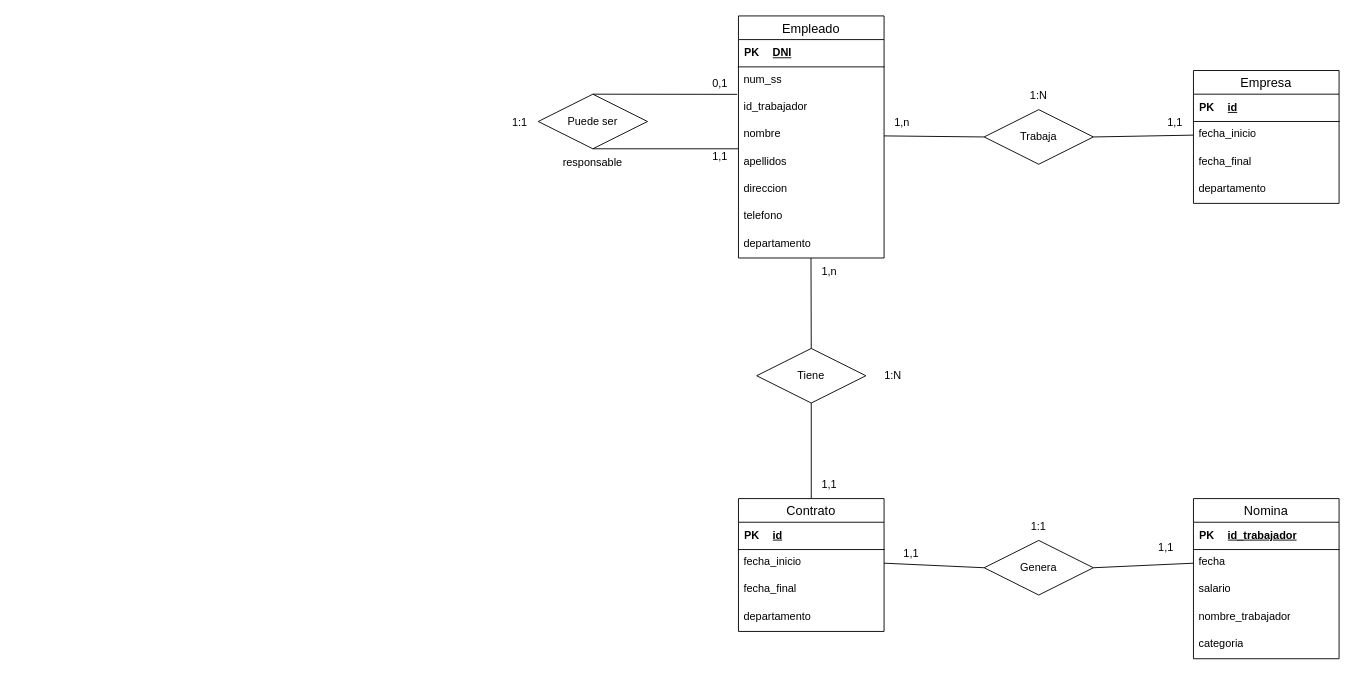
Above: Ejercicio07.drawio in Daninuro/diagrames-cvf-dn-mpl-n-11102023 (draw.io), before the change. Source tidied: cells renumbered, new cells numbered last; positions are measured from the earlier drawing's top-left corner, leaving out a move shared by most shapes. Both pictures are drawn from the tidied source at 91%, with x=0, y=0 at pixel (492, 15).
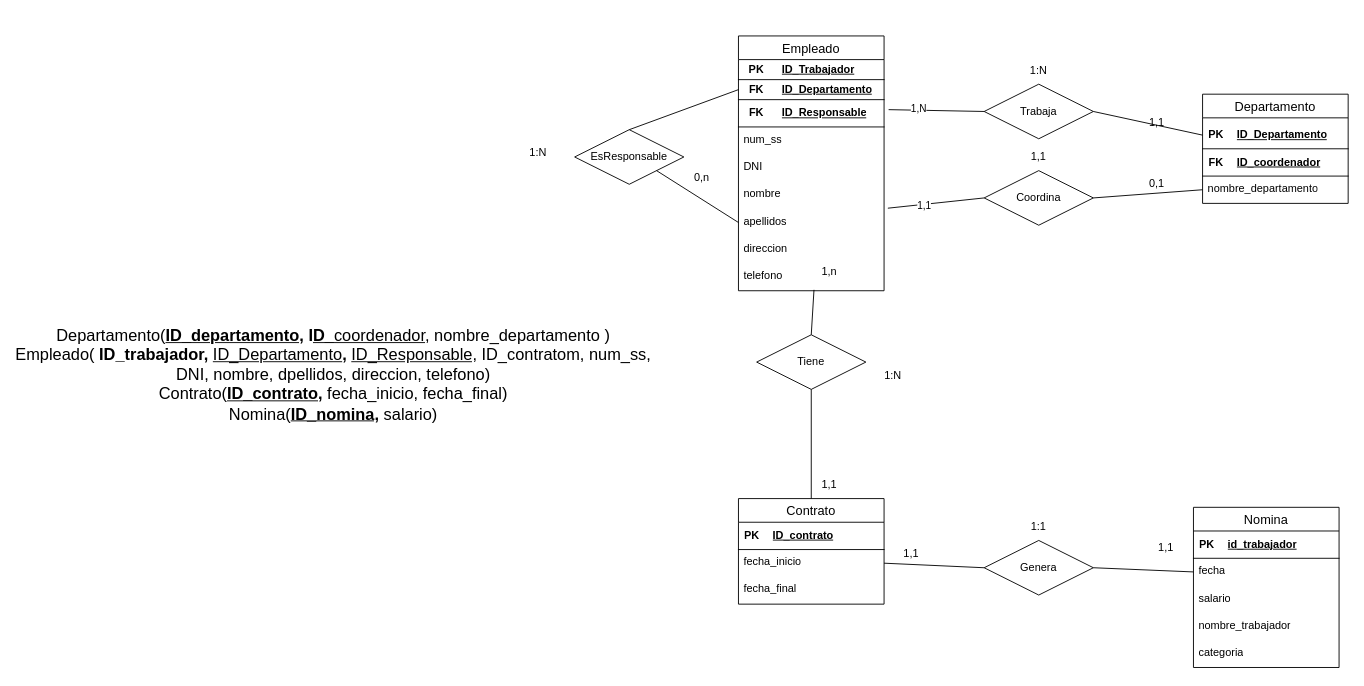
After the change.

The change refers to these unchanged cells:
```xml
<mxCell id="16" style="shape=tableRow;horizontal=0;startSize=0;swimlaneHead=0;swimlaneBody=0;fillColor=none;top=0;left=0;right=0;bottom=1;" parent="15" vertex="1">
  <mxGeometry width="160" height="30" as="geometry" />
</mxCell>
```

Change to the diagram source:
```diff
@@
     <mxCell id="2" value="Empleado" style="swimlane;fontStyle=0;horizontal=1;startSize=26;align=center;fontSize=14;" parent="1" vertex="1">
-      <mxGeometry x="270" width="160" height="266" as="geometry" />
+      <mxGeometry x="270" y="22" width="160" height="280" as="geometry" />
     </mxCell>
     <mxCell id="3" style="shape=table;startSize=0;childLayout=tableLayout;rowLines=0;fontStyle=0;align=center;strokeColor=none;fillColor=none;" parent="2" vertex="1">
-      <mxGeometry y="26" width="160" height="30" as="geometry" />
+      <mxGeometry y="26" width="160" height="74" as="geometry" />
     </mxCell>
+    <mxCell id="64" style="shape=tableRow;horizontal=0;startSize=0;swimlaneHead=0;swimlaneBody=0;fillColor=none;top=0;left=0;right=0;bottom=1;" parent="3" vertex="1">
+      <mxGeometry width="160" height="22" as="geometry" />
+    </mxCell>
+    <mxCell id="65" value="PK" style="shape=partialRectangle;fillColor=none;top=0;left=0;bottom=0;right=0;fontStyle=1;overflow=hidden;whiteSpace=wrap;html=1;" parent="64" vertex="1">
+      <mxGeometry width="40" height="22" as="geometry" />
+    </mxCell>
+    <mxCell id="66" value="ID_Trabajador" style="shape=partialRectangle;fillColor=none;top=0;left=0;bottom=0;right=0;align=left;spacingLeft=6;fontStyle=5;overflow=hidden;whiteSpace=wrap;html=1;" parent="64" vertex="1">
+      <mxGeometry x="40" width="120" height="22" as="geometry" />
+    </mxCell>
     <mxCell id="4" style="shape=tableRow;horizontal=0;startSize=0;swimlaneHead=0;swimlaneBody=0;fillColor=none;points=[[0,0.5],[1,0.5]];portConstraint=eastwest;top=0;left=0;right=0;bottom=1;" parent="3" vertex="1">
-      <mxGeometry width="160" height="30" as="geometry" />
+      <mxGeometry y="22" width="160" height="22" as="geometry" />
     </mxCell>
-    <mxCell id="5" value="PK" style="shape=partialRectangle;fillColor=none;top=0;left=0;bottom=0;right=0;fontStyle=1;overflow=hidden;whiteSpace=wrap;html=1;" parent="4" vertex="1">
-      <mxGeometry width="30" height="30" as="geometry" />
+    <mxCell id="5" value="FK" style="shape=partialRectangle;fillColor=none;top=0;left=0;bottom=0;right=0;fontStyle=1;overflow=hidden;whiteSpace=wrap;html=1;" parent="4" vertex="1">
+      <mxGeometry width="40" height="22" as="geometry" />
     </mxCell>
-    <mxCell id="6" value="DNI" style="shape=partialRectangle;fillColor=none;top=0;left=0;bottom=0;right=0;align=left;spacingLeft=6;fontStyle=5;overflow=hidden;whiteSpace=wrap;html=1;" parent="4" vertex="1">
-      <mxGeometry x="30" width="130" height="30" as="geometry" />
+    <mxCell id="6" value="ID_Departamento" style="shape=partialRectangle;fillColor=none;top=0;left=0;bottom=0;right=0;align=left;spacingLeft=6;fontStyle=5;overflow=hidden;whiteSpace=wrap;html=1;" parent="4" vertex="1">
+      <mxGeometry x="40" width="120" height="22" as="geometry" />
     </mxCell>
+    <mxCell id="67" style="shape=tableRow;horizontal=0;startSize=0;swimlaneHead=0;swimlaneBody=0;fillColor=none;top=0;left=0;right=0;bottom=1;" parent="3" vertex="1">
+      <mxGeometry y="44" width="160" height="30" as="geometry" />
+    </mxCell>
+    <mxCell id="68" value="FK" style="shape=partialRectangle;fillColor=none;top=0;left=0;bottom=0;right=0;fontStyle=1;overflow=hidden;whiteSpace=wrap;html=1;" parent="67" vertex="1">
+      <mxGeometry width="40" height="30" as="geometry" />
+    </mxCell>
+    <mxCell id="69" value="ID_Responsable" style="shape=partialRectangle;fillColor=none;top=0;left=0;bottom=0;right=0;align=left;spacingLeft=6;fontStyle=5;overflow=hidden;whiteSpace=wrap;html=1;" parent="67" vertex="1">
+      <mxGeometry x="40" width="120" height="30" as="geometry" />
+    </mxCell>
     <mxCell id="7" value="num_ss" style="text;strokeColor=none;fillColor=none;spacingLeft=4;spacingRight=4;overflow=hidden;points=[[0,0.5],[1,0.5]];portConstraint=eastwest;fontSize=12;whiteSpace=wrap;html=1;" parent="2" vertex="1">
-      <mxGeometry y="56" width="160" height="30" as="geometry" />
+      <mxGeometry y="100" width="160" height="30" as="geometry" />
     </mxCell>
-    <mxCell id="8" value="id_trabajador" style="text;strokeColor=none;fillColor=none;spacingLeft=4;spacingRight=4;overflow=hidden;fontSize=12;whiteSpace=wrap;html=1;" parent="2" vertex="1">
-      <mxGeometry y="86" width="160" height="30" as="geometry" />
+    <mxCell id="8" value="DNI" style="text;strokeColor=none;fillColor=none;spacingLeft=4;spacingRight=4;overflow=hidden;fontSize=12;whiteSpace=wrap;html=1;" parent="2" vertex="1">
+      <mxGeometry y="130" width="160" height="30" as="geometry" />
     </mxCell>
     <mxCell id="9" value="nombre" style="text;strokeColor=none;fillColor=none;spacingLeft=4;spacingRight=4;overflow=hidden;points=[[0,0.5],[1,0.5]];portConstraint=eastwest;fontSize=12;whiteSpace=wrap;html=1;" parent="2" vertex="1">
-      <mxGeometry y="116" width="160" height="30" as="geometry" />
+      <mxGeometry y="160" width="160" height="30" as="geometry" />
     </mxCell>
     <mxCell id="10" value="apellidos" style="text;strokeColor=none;fillColor=none;spacingLeft=4;spacingRight=4;overflow=hidden;points=[[0,0.5],[1,0.5]];portConstraint=eastwest;fontSize=12;whiteSpace=wrap;html=1;" parent="2" vertex="1">
-      <mxGeometry y="146" width="160" height="30" as="geometry" />
+      <mxGeometry y="190" width="160" height="30" as="geometry" />
     </mxCell>
     <mxCell id="11" value="direccion" style="text;strokeColor=none;fillColor=none;spacingLeft=4;spacingRight=4;overflow=hidden;fontSize=12;whiteSpace=wrap;html=1;" parent="2" vertex="1">
-      <mxGeometry y="176" width="160" height="30" as="geometry" />
+      <mxGeometry y="220" width="160" height="30" as="geometry" />
     </mxCell>
     <mxCell id="12" value="telefono" style="text;strokeColor=none;fillColor=none;spacingLeft=4;spacingRight=4;overflow=hidden;fontSize=12;whiteSpace=wrap;html=1;" parent="2" vertex="1">
-      <mxGeometry y="206" width="160" height="30" as="geometry" />
+      <mxGeometry y="250" width="160" height="30" as="geometry" />
     </mxCell>
-    <mxCell id="13" value="departamento" style="text;strokeColor=none;fillColor=none;spacingLeft=4;spacingRight=4;overflow=hidden;fontSize=12;whiteSpace=wrap;html=1;" parent="2" vertex="1">
-      <mxGeometry y="236" width="160" height="30" as="geometry" />
-    </mxCell>
     <mxCell id="14" value="Contrato" style="swimlane;fontStyle=0;horizontal=1;startSize=26;align=center;fontSize=14;" parent="1" vertex="1">
-      <mxGeometry x="270" y="530.4" width="160" height="146" as="geometry" />
+      <mxGeometry x="270" y="530.4" width="160" height="116" as="geometry" />
     </mxCell>
@@
-    <mxCell id="18" value="id" style="shape=partialRectangle;fillColor=none;top=0;left=0;bottom=0;right=0;align=left;spacingLeft=6;fontStyle=5;overflow=hidden;whiteSpace=wrap;html=1;" parent="16" vertex="1">
-      <mxGeometry x="30" width="130" height="30" as="geometry" />
-    </mxCell>
+    <mxCell id="70" value="ID_contrato" style="shape=partialRectangle;fillColor=none;top=0;left=0;bottom=0;right=0;align=left;spacingLeft=6;fontStyle=5;overflow=hidden;whiteSpace=wrap;html=1;" parent="16" vertex="1">
+      <mxGeometry x="30" width="130" height="30" as="geometry" />
+    </mxCell>
@@
-    <mxCell id="21" value="departamento" style="text;strokeColor=none;fillColor=none;spacingLeft=4;spacingRight=4;overflow=hidden;fontSize=12;whiteSpace=wrap;html=1;" parent="14" vertex="1">
-      <mxGeometry y="116" width="160" height="30" as="geometry" />
-    </mxCell>
-    <mxCell id="22" value="Empresa" style="swimlane;fontStyle=0;horizontal=1;startSize=26;align=center;fontSize=14;" parent="1" vertex="1">
-      <mxGeometry x="770" y="60" width="160" height="146" as="geometry" />
+    <mxCell id="22" value="Departamento" style="swimlane;fontStyle=0;horizontal=1;startSize=26;align=center;fontSize=14;" parent="1" vertex="1">
+      <mxGeometry x="780" y="86" width="160" height="120" as="geometry" />
     </mxCell>
-    <mxCell id="23" style="shape=table;startSize=0;childLayout=tableLayout;rowLines=0;fontStyle=0;align=center;strokeColor=none;fillColor=none;" parent="22" vertex="1">
-      <mxGeometry y="26" width="160" height="30" as="geometry" />
+    <mxCell id="23" style="shape=table;startSize=4;childLayout=tableLayout;rowLines=0;fontStyle=0;align=center;strokeColor=none;fillColor=none;" parent="22" vertex="1">
+      <mxGeometry y="26" width="160" height="64" as="geometry" />
     </mxCell>
     <mxCell id="24" style="shape=tableRow;horizontal=0;startSize=0;swimlaneHead=0;swimlaneBody=0;fillColor=none;points=[[0,0.5],[1,0.5]];portConstraint=eastwest;top=0;left=0;right=0;bottom=1;" parent="23" vertex="1">
-      <mxGeometry width="160" height="30" as="geometry" />
+      <mxGeometry y="4" width="160" height="30" as="geometry" />
     </mxCell>
@@
-    <mxCell id="26" value="id" style="shape=partialRectangle;fillColor=none;top=0;left=0;bottom=0;right=0;align=left;spacingLeft=6;fontStyle=5;overflow=hidden;whiteSpace=wrap;html=1;" parent="24" vertex="1">
+    <mxCell id="26" value="ID_Departamento" style="shape=partialRectangle;fillColor=none;top=0;left=0;bottom=0;right=0;align=left;spacingLeft=6;fontStyle=5;overflow=hidden;whiteSpace=wrap;html=1;" parent="24" vertex="1">
       <mxGeometry x="30" width="130" height="30" as="geometry" />
     </mxCell>
+    <mxCell id="71" style="shape=tableRow;horizontal=0;startSize=0;swimlaneHead=0;swimlaneBody=0;fillColor=none;top=0;left=0;right=0;bottom=1;" parent="23" vertex="1">
+      <mxGeometry y="34" width="160" height="30" as="geometry" />
+    </mxCell>
+    <mxCell id="72" value="FK" style="shape=partialRectangle;fillColor=none;top=0;left=0;bottom=0;right=0;fontStyle=1;overflow=hidden;whiteSpace=wrap;html=1;" parent="71" vertex="1">
+      <mxGeometry width="30" height="30" as="geometry" />
+    </mxCell>
+    <mxCell id="73" value="ID_coordenador" style="shape=partialRectangle;fillColor=none;top=0;left=0;bottom=0;right=0;align=left;spacingLeft=6;fontStyle=5;overflow=hidden;whiteSpace=wrap;html=1;" parent="71" vertex="1">
+      <mxGeometry x="30" width="130" height="30" as="geometry" />
+    </mxCell>
-    <mxCell id="27" value="fecha_inicio" style="text;strokeColor=none;fillColor=none;spacingLeft=4;spacingRight=4;overflow=hidden;points=[[0,0.5],[1,0.5]];portConstraint=eastwest;fontSize=12;whiteSpace=wrap;html=1;" parent="22" vertex="1">
-      <mxGeometry y="56" width="160" height="30" as="geometry" />
+    <mxCell id="27" value="nombre_departamento" style="text;strokeColor=none;fillColor=none;spacingLeft=4;spacingRight=4;overflow=hidden;points=[[0,0.5],[1,0.5]];portConstraint=eastwest;fontSize=12;whiteSpace=wrap;html=1;" parent="22" vertex="1">
+      <mxGeometry y="90" width="160" height="30" as="geometry" />
     </mxCell>
-    <mxCell id="28" value="fecha_final" style="text;strokeColor=none;fillColor=none;spacingLeft=4;spacingRight=4;overflow=hidden;fontSize=12;whiteSpace=wrap;html=1;" parent="22" vertex="1">
-      <mxGeometry y="86" width="160" height="30" as="geometry" />
-    </mxCell>
-    <mxCell id="29" value="departamento" style="text;strokeColor=none;fillColor=none;spacingLeft=4;spacingRight=4;overflow=hidden;fontSize=12;whiteSpace=wrap;html=1;" parent="22" vertex="1">
-      <mxGeometry y="116" width="160" height="30" as="geometry" />
-    </mxCell>
     <mxCell id="30" value="Nomina" style="swimlane;fontStyle=0;horizontal=1;startSize=26;align=center;fontSize=14;" parent="1" vertex="1">
-      <mxGeometry x="770" y="530.4" width="160" height="176" as="geometry" />
+      <mxGeometry x="770" y="540" width="160" height="176" as="geometry" />
     </mxCell>
@@
     <mxCell id="39" value="Tiene" style="shape=rhombus;perimeter=rhombusPerimeter;whiteSpace=wrap;html=1;align=center;" parent="1" vertex="1">
-      <mxGeometry x="290" y="365.4" width="120" height="60" as="geometry" />
+      <mxGeometry x="290" y="350.4" width="120" height="60" as="geometry" />
     </mxCell>
@@
     <mxCell id="41" value="Trabaja" style="shape=rhombus;perimeter=rhombusPerimeter;whiteSpace=wrap;html=1;align=center;" parent="1" vertex="1">
-      <mxGeometry x="540" y="103" width="120" height="60" as="geometry" />
+      <mxGeometry x="540" y="75" width="120" height="60" as="geometry" />
     </mxCell>
-    <mxCell id="42" style="endArrow=none;html=1;rounded=0;entryX=0;entryY=0.5;entryDx=0;entryDy=0;exitX=1;exitY=0.5;exitDx=0;exitDy=0;" parent="1" edge="1" source="41" target="27">
+    <mxCell id="42" style="endArrow=none;html=1;rounded=0;entryX=0;entryY=0.5;entryDx=0;entryDy=0;exitX=1;exitY=0.5;exitDx=0;exitDy=0;" parent="1" edge="1" source="41" target="24">
       <mxGeometry relative="1" as="geometry" />
     </mxCell>
-    <mxCell id="43" style="endArrow=none;html=1;rounded=0;entryX=0;entryY=0.5;entryDx=0;entryDy=0;" parent="1" edge="1" source="9" target="41">
-      <mxGeometry relative="1" as="geometry" />
+    <mxCell id="43" style="endArrow=none;html=1;rounded=0;entryX=0;entryY=0.5;entryDx=0;entryDy=0;exitX=0.25;exitY=0;exitDx=0;exitDy=0;" parent="1" edge="1" target="41">
+      <mxGeometry relative="1" as="geometry">
+        <mxPoint x="435" y="103" as="sourcePoint" />
+      </mxGeometry>
     </mxCell>
+    <mxCell id="74" value="1,N" style="edgeLabel;html=1;align=center;verticalAlign=middle;" parent="43" vertex="1">
+      <mxGeometry x="-0.4" y="2" relative="1" as="geometry" />
+    </mxCell>
-    <mxCell id="44" style="endArrow=none;html=1;rounded=0;entryX=0.5;entryY=0;entryDx=0;entryDy=0;exitX=0.498;exitY=0.987;exitDx=0;exitDy=0;exitPerimeter=0;" parent="1" edge="1" target="39">
+    <mxCell id="44" style="endArrow=none;html=1;rounded=0;entryX=0.5;entryY=0;entryDx=0;entryDy=0;" parent="1" edge="1" target="39">
       <mxGeometry relative="1" as="geometry">
-        <mxPoint x="349.7" y="266" as="sourcePoint" />
+        <mxPoint x="353" y="301" as="sourcePoint" />
       </mxGeometry>
     </mxCell>
@@
     <mxCell id="49" value="1:N" style="text;html=1;strokeColor=none;fillColor=none;align=center;verticalAlign=middle;whiteSpace=wrap;rounded=0;" parent="1" vertex="1">
-      <mxGeometry x="570" y="73" width="60" height="30" as="geometry" />
+      <mxGeometry x="570" y="45" width="60" height="30" as="geometry" />
     </mxCell>
-    <mxCell id="50" value="1,n" style="text;html=1;strokeColor=none;fillColor=none;align=center;verticalAlign=middle;whiteSpace=wrap;rounded=0;" parent="1" vertex="1">
-      <mxGeometry x="420" y="103" width="60" height="30" as="geometry" />
-    </mxCell>
     <mxCell id="51" value="1,1" style="text;html=1;strokeColor=none;fillColor=none;align=center;verticalAlign=middle;whiteSpace=wrap;rounded=0;" parent="1" vertex="1">
-      <mxGeometry x="720" y="103" width="60" height="30" as="geometry" />
+      <mxGeometry x="700" y="103" width="60" height="27" as="geometry" />
     </mxCell>
@@
-    <mxCell id="57" value="Puede ser" style="shape=rhombus;perimeter=rhombusPerimeter;whiteSpace=wrap;html=1;align=center;" parent="1" vertex="1">
-      <mxGeometry x="50" y="86" width="120" height="60" as="geometry" />
+    <mxCell id="57" value="EsResponsable" style="shape=rhombus;perimeter=rhombusPerimeter;whiteSpace=wrap;html=1;align=center;" parent="1" vertex="1">
+      <mxGeometry x="90" y="125" width="120" height="60" as="geometry" />
     </mxCell>
-    <mxCell id="58" style="endArrow=none;html=1;rounded=0;" parent="1" edge="1">
-      <mxGeometry relative="1" as="geometry">
-        <mxPoint x="110" y="146" as="sourcePoint" />
-        <mxPoint x="270" y="146" as="targetPoint" />
-      </mxGeometry>
+    <mxCell id="58" style="endArrow=none;html=1;rounded=0;exitX=1;exitY=1;exitDx=0;exitDy=0;entryX=0;entryY=0.5;entryDx=0;entryDy=0;" parent="1" edge="1" source="57" target="10">
+      <mxGeometry relative="1" as="geometry" />
     </mxCell>
-    <mxCell id="59" value="responsable" style="text;html=1;strokeColor=none;fillColor=none;align=center;verticalAlign=middle;whiteSpace=wrap;rounded=0;" parent="1" vertex="1">
-      <mxGeometry x="80" y="146" width="60" height="30" as="geometry" />
-    </mxCell>
-    <mxCell id="60" style="endArrow=none;html=1;rounded=0;exitX=0.5;exitY=0;exitDx=0;exitDy=0;entryX=-0.009;entryY=1.006;entryDx=0;entryDy=0;entryPerimeter=0;" parent="1" edge="1" source="57" target="7">
+    <mxCell id="60" style="endArrow=none;html=1;rounded=0;exitX=0.5;exitY=0;exitDx=0;exitDy=0;entryX=0;entryY=0.5;entryDx=0;entryDy=0;" parent="1" edge="1" source="57" target="4">
       <mxGeometry relative="1" as="geometry" />
     </mxCell>
+    <mxCell id="63" value="1:N" style="text;html=1;strokeColor=none;fillColor=none;align=center;verticalAlign=middle;whiteSpace=wrap;rounded=0;" parent="1" vertex="1">
+      <mxGeometry x="20" y="135" width="60" height="30" as="geometry" />
+    </mxCell>
+    <mxCell id="75" value="&lt;font style=&quot;font-size: 18px;&quot;&gt;Departamento(&lt;u style=&quot;font-weight: bold;&quot;&gt;ID_departamento,&lt;/u&gt;&lt;span style=&quot;font-weight: bold;&quot;&gt;&amp;nbsp;I&lt;/span&gt;&lt;u style=&quot;&quot;&gt;&lt;span style=&quot;font-weight: bold;&quot;&gt;D_&lt;/span&gt;coordenador&lt;/u&gt;, nombre_departamento )&lt;br&gt;Empleado(&lt;b style=&quot;&quot;&gt;&amp;nbsp;ID_trabajador,&amp;nbsp;&lt;/b&gt;&lt;u style=&quot;&quot;&gt;ID_Departamento&lt;b&gt;,&lt;/b&gt;&lt;/u&gt;&lt;b style=&quot;&quot;&gt;&amp;nbsp;&lt;/b&gt;&lt;u style=&quot;&quot;&gt;ID_Responsable,&lt;/u&gt;&amp;nbsp;ID_contratom,&amp;nbsp;num_ss, DNI, nombre, dpellidos, direccion, telefono)&lt;br&gt;Contrato(&lt;u style=&quot;font-weight: bold;&quot;&gt;ID_contrato,&lt;/u&gt;&lt;span style=&quot;font-weight: bold;&quot;&gt;&amp;nbsp;&lt;/span&gt;fecha_inicio, fecha_final)&lt;br&gt;Nomina(&lt;b style=&quot;&quot;&gt;&lt;u&gt;ID_nomina,&lt;/u&gt;&amp;nbsp;&lt;/b&gt;salario)&lt;br&gt;&lt;/font&gt;" style="text;html=1;strokeColor=none;fillColor=none;align=center;verticalAlign=middle;whiteSpace=wrap;rounded=0;" parent="1" vertex="1">
+      <mxGeometry x="-520" y="220" width="690" height="350" as="geometry" />
+    </mxCell>
+    <mxCell id="76" value="0,n" style="text;html=1;strokeColor=none;fillColor=none;align=center;verticalAlign=middle;whiteSpace=wrap;rounded=0;" parent="1" vertex="1">
+      <mxGeometry x="200" y="163" width="60" height="30" as="geometry" />
+    </mxCell>
+    <mxCell id="77" value="Coordina" style="shape=rhombus;perimeter=rhombusPerimeter;whiteSpace=wrap;html=1;align=center;" parent="1" vertex="1">
+      <mxGeometry x="540" y="170" width="120" height="60" as="geometry" />
+    </mxCell>
+    <mxCell id="78" style="endArrow=none;html=1;rounded=0;exitX=1;exitY=0.5;exitDx=0;exitDy=0;entryX=0;entryY=0.5;entryDx=0;entryDy=0;" parent="1" edge="1" source="77" target="27">
+      <mxGeometry relative="1" as="geometry" />
+    </mxCell>
+    <mxCell id="79" style="endArrow=none;html=1;rounded=0;entryX=0;entryY=0.5;entryDx=0;entryDy=0;exitX=1.026;exitY=-0.024;exitDx=0;exitDy=0;exitPerimeter=0;" parent="1" edge="1" source="10" target="77">
+      <mxGeometry relative="1" as="geometry" />
+    </mxCell>
+    <mxCell id="80" value="1,1" style="edgeLabel;html=1;align=center;verticalAlign=middle;" parent="79" vertex="1">
+      <mxGeometry x="-0.27" y="-1" relative="1" as="geometry" />
+    </mxCell>
     <mxCell id="61" value="1,1" style="text;html=1;strokeColor=none;fillColor=none;align=center;verticalAlign=middle;whiteSpace=wrap;rounded=0;" parent="1" vertex="1">
-      <mxGeometry x="220" y="140" width="60" height="30" as="geometry" />
+      <mxGeometry x="570" y="140" width="60" height="30" as="geometry" />
     </mxCell>
     <mxCell id="62" value="0,1" style="text;html=1;strokeColor=none;fillColor=none;align=center;verticalAlign=middle;whiteSpace=wrap;rounded=0;" parent="1" vertex="1">
-      <mxGeometry x="220" y="60" width="60" height="30" as="geometry" />
+      <mxGeometry x="700" y="170" width="60" height="27" as="geometry" />
     </mxCell>
-    <mxCell id="63" value="1:1" style="text;html=1;strokeColor=none;fillColor=none;align=center;verticalAlign=middle;whiteSpace=wrap;rounded=0;" parent="1" vertex="1">
-      <mxGeometry y="103" width="60" height="30" as="geometry" />
-    </mxCell>
```
